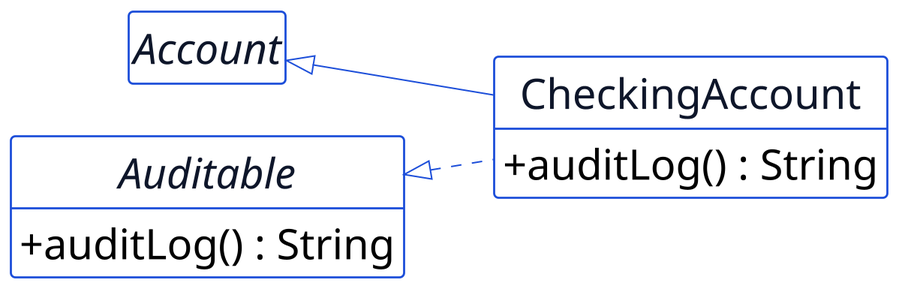
Before: assets/uml/src/p09-tugas-auditable.png, a diagram exported from PlantUML (dhanifudin/oop). Source of this version:
```plantuml
@startuml p09-tugas-auditable
scale 2
!include _common.iuml
hide circle
hide empty members
left to right direction

abstract class Account {
}

interface Auditable {
  + auditLog() : String
}

class CheckingAccount {
  + auditLog() : String
}

Account <|-- CheckingAccount
Auditable <|.. CheckingAccount
@enduml
```
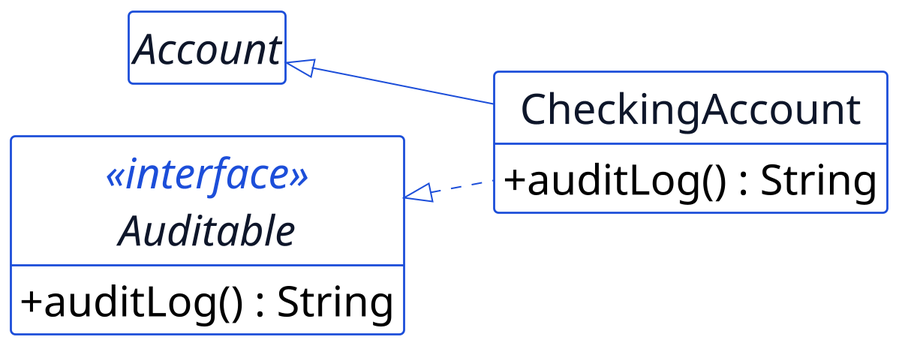
After the commit.

The edit, as a diff of the source:
```diff
@@ -8,7 +8,7 @@
 abstract class Account {
 }
 
-interface Auditable {
+interface Auditable <<interface>> {
   + auditLog() : String
 }
 
```
